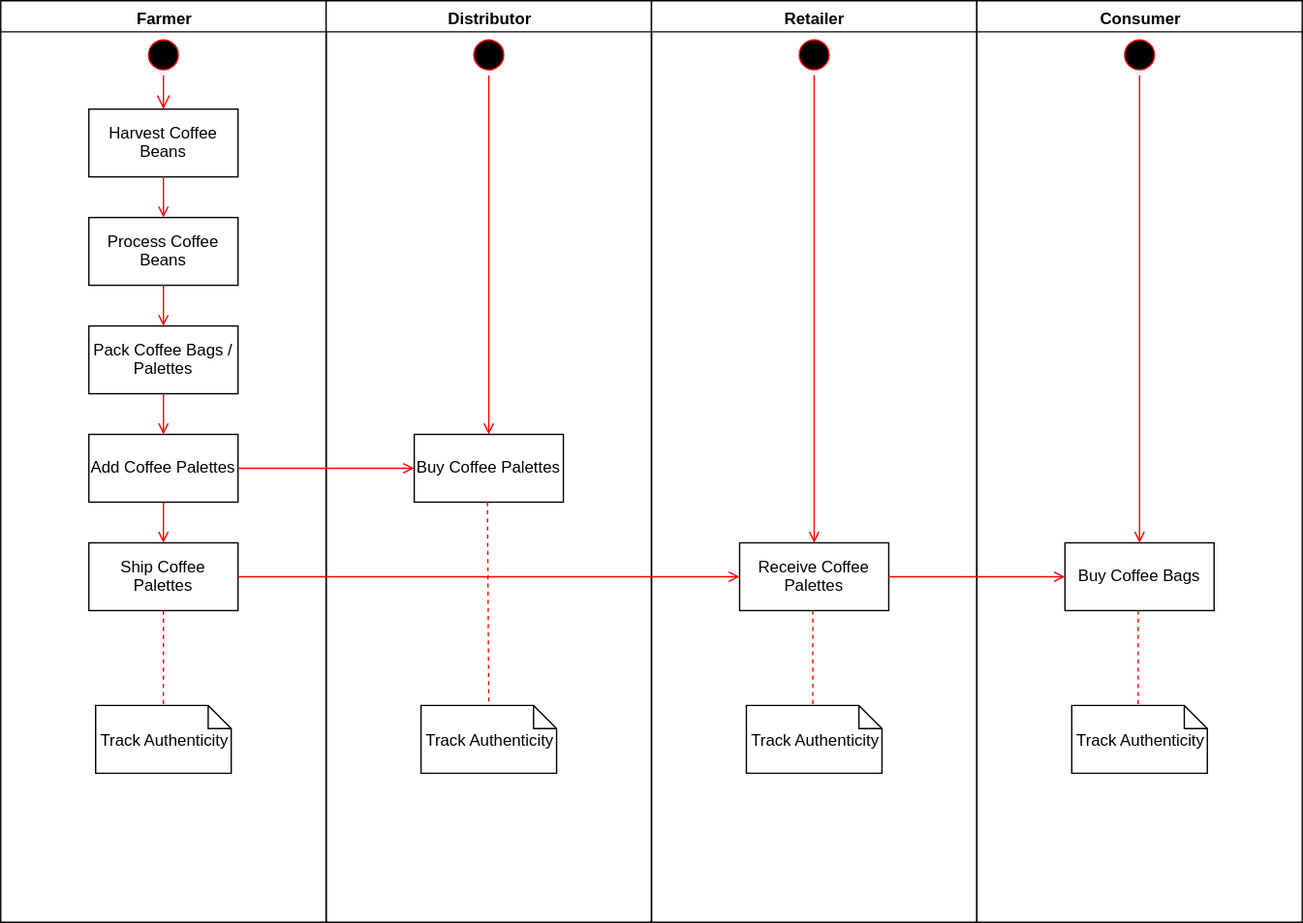
Before: images/CoffeeActivity.svg, a diagram exported from draw.io (carltonj2000/coffee-supplychain-dapp). Source tidied: cells renumbered, new cells last; positions are measured from the earlier drawing's top-left corner, leaving out a move shared by most shapes. Source of this version:
```xml
<mxGraphModel background="#ffffff">
  <root>
    <mxCell id="0" />
    <mxCell id="1" parent="0" />
    <mxCell id="2" value="Farmer" style="swimlane;whiteSpace=wrap;" parent="1" vertex="1">
      <mxGeometry width="240" height="680" as="geometry" />
    </mxCell>
    <mxCell id="3" style="ellipse;shape=startState;fillColor=#000000;strokeColor=#ff0000;" parent="2" vertex="1">
      <mxGeometry x="105" y="25" width="30" height="30" as="geometry" />
    </mxCell>
    <mxCell id="4" style="edgeStyle=elbowEdgeStyle;elbow=horizontal;verticalAlign=bottom;endArrow=open;endSize=8;strokeColor=#FF0000;endFill=1;rounded=0;" parent="2" edge="1" source="3" target="5">
      <mxGeometry x="100" y="40" as="geometry" />
    </mxCell>
    <mxCell id="5" value="Harvest Coffee&#10;Beans" parent="2" vertex="1">
      <mxGeometry x="65" y="80" width="110" height="50" as="geometry" />
    </mxCell>
    <mxCell id="6" value="Process Coffee&#10;Beans" parent="2" vertex="1">
      <mxGeometry x="65" y="160" width="110" height="50" as="geometry" />
    </mxCell>
    <mxCell id="7" style="endArrow=open;strokeColor=#FF0000;endFill=1;rounded=0;" parent="2" edge="1" source="5" target="6">
      <mxGeometry relative="1" as="geometry" />
    </mxCell>
    <mxCell id="8" value="Pack Coffee Bags /&#10;Palettes" parent="2" vertex="1">
      <mxGeometry x="65" y="240" width="110" height="50" as="geometry" />
    </mxCell>
    <mxCell id="9" style="endArrow=open;strokeColor=#FF0000;endFill=1;rounded=0;" parent="2" edge="1" source="6" target="8">
      <mxGeometry relative="1" as="geometry" />
    </mxCell>
    <mxCell id="10" value="Add Coffee Palettes" parent="2" vertex="1">
      <mxGeometry x="65" y="320" width="110" height="50" as="geometry" />
    </mxCell>
    <mxCell id="11" style="endArrow=open;strokeColor=#FF0000;endFill=1;rounded=0;exitX=0.5;exitY=1;exitDx=0;exitDy=0;" parent="2" edge="1" source="8" target="10">
      <mxGeometry relative="1" as="geometry" />
    </mxCell>
    <mxCell id="12" value="Track Authenticity" style="shape=note;whiteSpace=wrap;size=17;" parent="2" vertex="1">
      <mxGeometry x="70" y="520" width="100" height="50" as="geometry" />
    </mxCell>
    <mxCell id="13" value="Ship Coffee&#10;Palettes" parent="2" vertex="1">
      <mxGeometry x="65" y="400" width="110" height="50" as="geometry" />
    </mxCell>
    <mxCell id="14" style="endArrow=none;strokeColor=#FF0000;endFill=0;rounded=0;dashed=1;exitX=0.5;exitY=1;exitDx=0;exitDy=0;entryX=0.5;entryY=0;entryDx=0;entryDy=0;entryPerimeter=0;" parent="2" edge="1" source="13" target="12">
      <mxGeometry relative="1" as="geometry" />
    </mxCell>
    <mxCell id="15" value="Distributor" style="swimlane;whiteSpace=wrap;startSize=23;" parent="1" vertex="1">
      <mxGeometry x="240" width="240" height="680" as="geometry" />
    </mxCell>
    <mxCell id="16" style="ellipse;shape=startState;fillColor=#000000;strokeColor=#ff0000;" parent="15" vertex="1">
      <mxGeometry x="105" y="25" width="30" height="30" as="geometry" />
    </mxCell>
    <mxCell id="17" style="endArrow=open;strokeColor=#FF0000;endFill=1;rounded=0;exitX=0.5;exitY=1;exitDx=0;exitDy=0;entryX=0.5;entryY=0;entryDx=0;entryDy=0;" parent="15" edge="1" source="16" target="18">
      <mxGeometry relative="1" as="geometry" />
    </mxCell>
    <mxCell id="18" value="Buy Coffee Palettes" parent="15" vertex="1">
      <mxGeometry x="65" y="320" width="110" height="50" as="geometry" />
    </mxCell>
    <mxCell id="19" value="Track Authenticity" style="shape=note;whiteSpace=wrap;size=17;" parent="15" vertex="1">
      <mxGeometry x="70" y="520" width="100" height="50" as="geometry" />
    </mxCell>
    <mxCell id="20" style="endArrow=none;strokeColor=#FF0000;endFill=0;rounded=0;dashed=1;exitX=0.5;exitY=1;exitDx=0;exitDy=0;entryX=0.5;entryY=0;entryDx=0;entryDy=0;entryPerimeter=0;" parent="15" edge="1" target="19">
      <mxGeometry relative="1" as="geometry">
        <mxPoint x="119" y="370" as="sourcePoint" />
      </mxGeometry>
    </mxCell>
    <mxCell id="21" value="Retailer" style="swimlane;whiteSpace=wrap;" parent="1" vertex="1">
      <mxGeometry x="480" width="240" height="680" as="geometry" />
    </mxCell>
    <mxCell id="22" value="Receive Coffee&#10;Palettes" parent="21" vertex="1">
      <mxGeometry x="65" y="400" width="110" height="50" as="geometry" />
    </mxCell>
    <mxCell id="23" style="endArrow=none;strokeColor=#FF0000;endFill=0;rounded=0;startArrow=open;startFill=0;entryX=0.5;entryY=1;entryDx=0;entryDy=0;" parent="21" edge="1" source="22" target="26">
      <mxGeometry relative="1" as="geometry" />
    </mxCell>
    <mxCell id="24" value="Track Authenticity" style="shape=note;whiteSpace=wrap;size=17;" parent="21" vertex="1">
      <mxGeometry x="70" y="520" width="100" height="50" as="geometry" />
    </mxCell>
    <mxCell id="25" style="endArrow=none;strokeColor=#FF0000;endFill=0;rounded=0;dashed=1;exitX=0.5;exitY=1;exitDx=0;exitDy=0;entryX=0.5;entryY=0;entryDx=0;entryDy=0;entryPerimeter=0;" parent="21" edge="1">
      <mxGeometry relative="1" as="geometry">
        <mxPoint x="119" y="450" as="sourcePoint" />
        <mxPoint x="119" y="520" as="targetPoint" />
      </mxGeometry>
    </mxCell>
    <mxCell id="26" style="ellipse;shape=startState;fillColor=#000000;strokeColor=#ff0000;" parent="21" vertex="1">
      <mxGeometry x="105" y="25" width="30" height="30" as="geometry" />
    </mxCell>
    <mxCell id="27" style="endArrow=open;strokeColor=#FF0000;endFill=1;rounded=0;entryX=0;entryY=0.5;entryDx=0;entryDy=0;exitX=1;exitY=0.5;exitDx=0;exitDy=0;" parent="1" edge="1" source="10" target="18">
      <mxGeometry relative="1" as="geometry" />
    </mxCell>
    <mxCell id="28" value="Consumer" style="swimlane;whiteSpace=wrap;startSize=23;" parent="1" vertex="1">
      <mxGeometry x="720" width="240" height="680" as="geometry" />
    </mxCell>
    <mxCell id="29" value="Buy Coffee Bags" parent="28" vertex="1">
      <mxGeometry x="65" y="400" width="110" height="50" as="geometry" />
    </mxCell>
    <mxCell id="30" style="endArrow=open;strokeColor=#FF0000;endFill=1;rounded=0;entryX=0.5;entryY=0;entryDx=0;entryDy=0;exitX=0.5;exitY=1;exitDx=0;exitDy=0;" parent="28" edge="1" target="29">
      <mxGeometry relative="1" as="geometry">
        <mxPoint x="120" y="55" as="sourcePoint" />
      </mxGeometry>
    </mxCell>
    <mxCell id="31" value="Track Authenticity" style="shape=note;whiteSpace=wrap;size=17;" parent="28" vertex="1">
      <mxGeometry x="70" y="520" width="100" height="50" as="geometry" />
    </mxCell>
    <mxCell id="32" style="endArrow=none;strokeColor=#FF0000;endFill=0;rounded=0;dashed=1;exitX=0.5;exitY=1;exitDx=0;exitDy=0;entryX=0.5;entryY=0;entryDx=0;entryDy=0;entryPerimeter=0;" parent="28" edge="1">
      <mxGeometry relative="1" as="geometry">
        <mxPoint x="119" y="450" as="sourcePoint" />
        <mxPoint x="119" y="520" as="targetPoint" />
      </mxGeometry>
    </mxCell>
    <mxCell id="33" style="ellipse;shape=startState;fillColor=#000000;strokeColor=#ff0000;" parent="28" vertex="1">
      <mxGeometry x="105" y="25" width="30" height="30" as="geometry" />
    </mxCell>
    <mxCell id="34" style="endArrow=open;strokeColor=#FF0000;endFill=1;rounded=0;entryX=0.5;entryY=0;entryDx=0;entryDy=0;" parent="1" edge="1" target="13">
      <mxGeometry relative="1" as="geometry">
        <mxPoint x="120" y="370" as="sourcePoint" />
      </mxGeometry>
    </mxCell>
    <mxCell id="35" style="endArrow=open;strokeColor=#FF0000;endFill=1;rounded=0;entryX=0;entryY=0.5;entryDx=0;entryDy=0;exitX=1;exitY=0.5;exitDx=0;exitDy=0;" parent="1" edge="1" source="13" target="22">
      <mxGeometry relative="1" as="geometry" />
    </mxCell>
    <mxCell id="36" style="endArrow=open;strokeColor=#FF0000;endFill=1;rounded=0;entryX=0;entryY=0.5;entryDx=0;entryDy=0;exitX=1;exitY=0.5;exitDx=0;exitDy=0;" parent="1" edge="1" source="22" target="29">
      <mxGeometry relative="1" as="geometry" />
    </mxCell>
  </root>
</mxGraphModel>
```
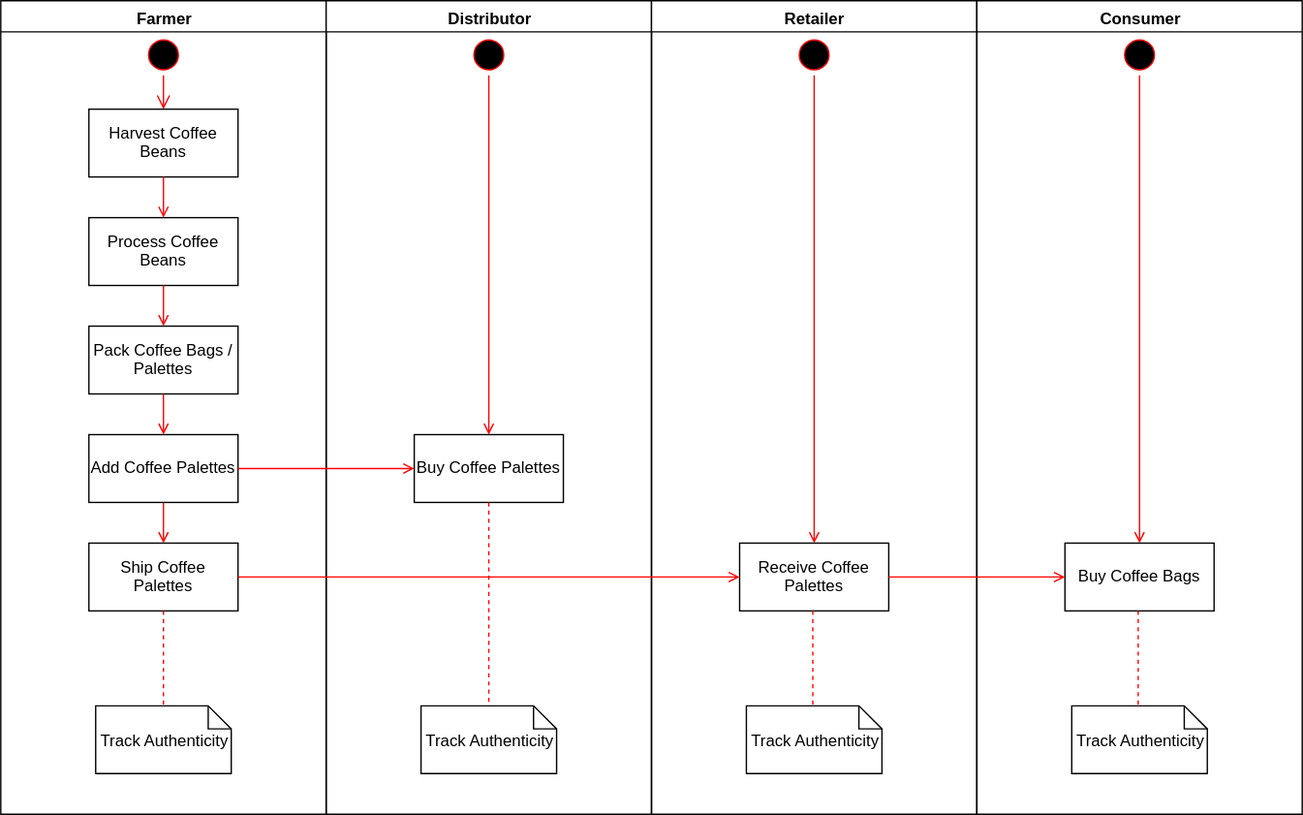
The same file after the commit.

Diff of the diagram source:
```diff
@@ -3,7 +3,7 @@
     <mxCell id="0" />
     <mxCell id="1" parent="0" />
     <mxCell id="2" value="Farmer" style="swimlane;whiteSpace=wrap;" parent="1" vertex="1">
-      <mxGeometry width="240" height="680" as="geometry" />
+      <mxGeometry width="240" height="600" as="geometry" />
     </mxCell>
     <mxCell id="3" style="ellipse;shape=startState;fillColor=#000000;strokeColor=#ff0000;" parent="2" vertex="1">
       <mxGeometry x="105" y="25" width="30" height="30" as="geometry" />
@@ -41,8 +41,11 @@
     <mxCell id="14" style="endArrow=none;strokeColor=#FF0000;endFill=0;rounded=0;dashed=1;exitX=0.5;exitY=1;exitDx=0;exitDy=0;entryX=0.5;entryY=0;entryDx=0;entryDy=0;entryPerimeter=0;" parent="2" edge="1" source="13" target="12">
       <mxGeometry relative="1" as="geometry" />
     </mxCell>
+    <mxCell id="34" style="endArrow=open;strokeColor=#FF0000;endFill=1;rounded=0;entryX=0.5;entryY=0;entryDx=0;entryDy=0;exitX=0.5;exitY=1;exitDx=0;exitDy=0;" parent="2" edge="1" source="10" target="13">
+      <mxGeometry relative="1" as="geometry" />
+    </mxCell>
     <mxCell id="15" value="Distributor" style="swimlane;whiteSpace=wrap;startSize=23;" parent="1" vertex="1">
-      <mxGeometry x="240" width="240" height="680" as="geometry" />
+      <mxGeometry x="240" width="240" height="600" as="geometry" />
     </mxCell>
     <mxCell id="16" style="ellipse;shape=startState;fillColor=#000000;strokeColor=#ff0000;" parent="15" vertex="1">
       <mxGeometry x="105" y="25" width="30" height="30" as="geometry" />
@@ -56,13 +59,11 @@
     <mxCell id="19" value="Track Authenticity" style="shape=note;whiteSpace=wrap;size=17;" parent="15" vertex="1">
       <mxGeometry x="70" y="520" width="100" height="50" as="geometry" />
     </mxCell>
-    <mxCell id="20" style="endArrow=none;strokeColor=#FF0000;endFill=0;rounded=0;dashed=1;exitX=0.5;exitY=1;exitDx=0;exitDy=0;entryX=0.5;entryY=0;entryDx=0;entryDy=0;entryPerimeter=0;" parent="15" edge="1" target="19">
-      <mxGeometry relative="1" as="geometry">
-        <mxPoint x="119" y="370" as="sourcePoint" />
-      </mxGeometry>
+    <mxCell id="20" style="endArrow=none;strokeColor=#FF0000;endFill=0;rounded=0;dashed=1;exitX=0.5;exitY=1;exitDx=0;exitDy=0;entryX=0.5;entryY=0;entryDx=0;entryDy=0;entryPerimeter=0;" parent="15" edge="1" source="18" target="19">
+      <mxGeometry relative="1" as="geometry" />
     </mxCell>
     <mxCell id="21" value="Retailer" style="swimlane;whiteSpace=wrap;" parent="1" vertex="1">
-      <mxGeometry x="480" width="240" height="680" as="geometry" />
+      <mxGeometry x="480" width="240" height="600" as="geometry" />
     </mxCell>
     <mxCell id="22" value="Receive Coffee&#10;Palettes" parent="21" vertex="1">
       <mxGeometry x="65" y="400" width="110" height="50" as="geometry" />
@@ -86,7 +87,7 @@
       <mxGeometry relative="1" as="geometry" />
     </mxCell>
     <mxCell id="28" value="Consumer" style="swimlane;whiteSpace=wrap;startSize=23;" parent="1" vertex="1">
-      <mxGeometry x="720" width="240" height="680" as="geometry" />
+      <mxGeometry x="720" width="240" height="600" as="geometry" />
     </mxCell>
     <mxCell id="29" value="Buy Coffee Bags" parent="28" vertex="1">
       <mxGeometry x="65" y="400" width="110" height="50" as="geometry" />
@@ -108,11 +109,6 @@
     <mxCell id="33" style="ellipse;shape=startState;fillColor=#000000;strokeColor=#ff0000;" parent="28" vertex="1">
       <mxGeometry x="105" y="25" width="30" height="30" as="geometry" />
     </mxCell>
-    <mxCell id="34" style="endArrow=open;strokeColor=#FF0000;endFill=1;rounded=0;entryX=0.5;entryY=0;entryDx=0;entryDy=0;" parent="1" edge="1" target="13">
-      <mxGeometry relative="1" as="geometry">
-        <mxPoint x="120" y="370" as="sourcePoint" />
-      </mxGeometry>
-    </mxCell>
     <mxCell id="35" style="endArrow=open;strokeColor=#FF0000;endFill=1;rounded=0;entryX=0;entryY=0.5;entryDx=0;entryDy=0;exitX=1;exitY=0.5;exitDx=0;exitDy=0;" parent="1" edge="1" source="13" target="22">
       <mxGeometry relative="1" as="geometry" />
     </mxCell>
```
